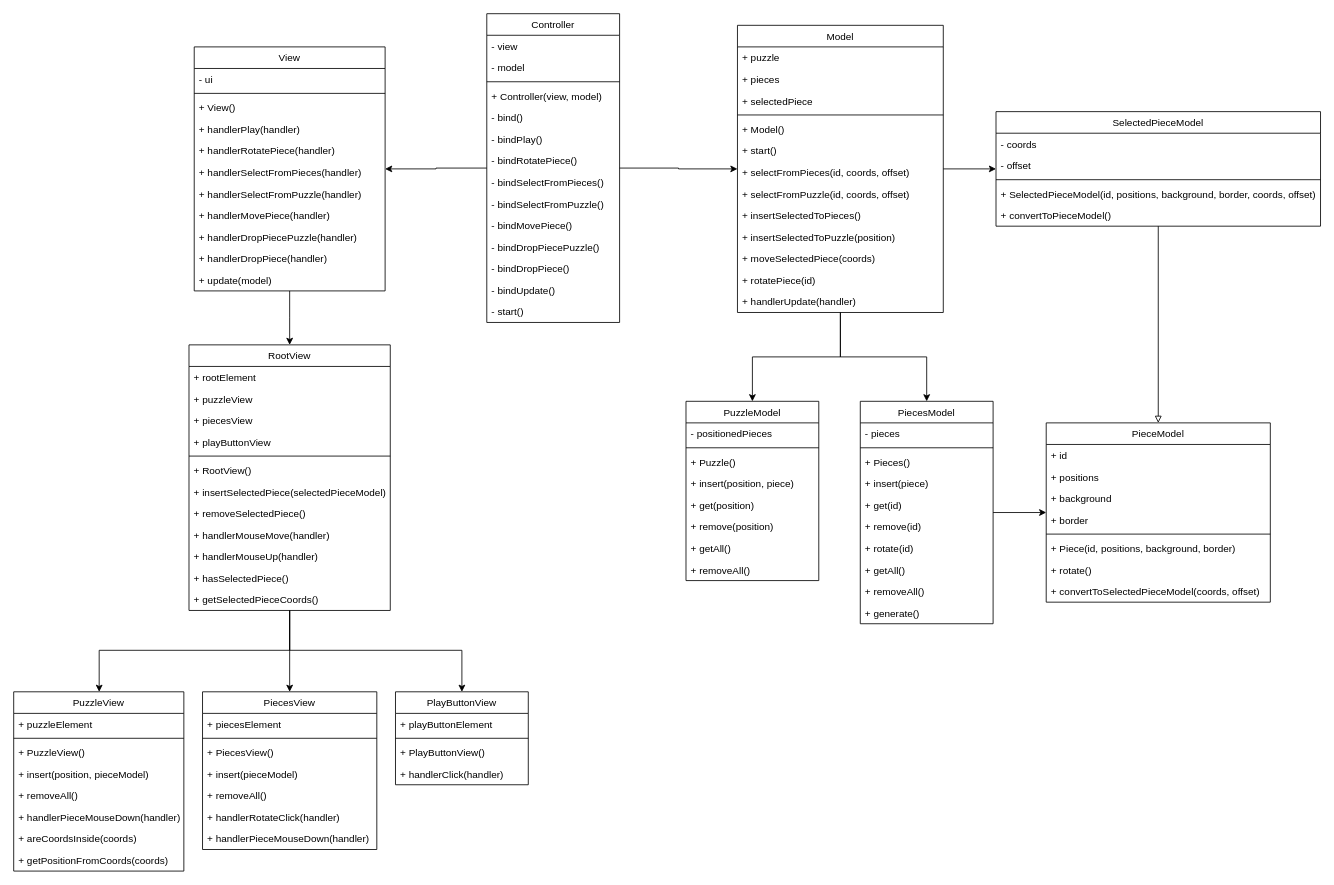
martiserra99/puzzle keeps this draw.io diagram as class-diagram.drawio. Above is the earlier version. Source tidied: cells renumbered, new cells numbered last; positions are measured from the earlier drawing's top-left corner, leaving out a move shared by most shapes. Both pictures are drawn from the tidied source at 83%, with x=0, y=0 at pixel (13, 13).
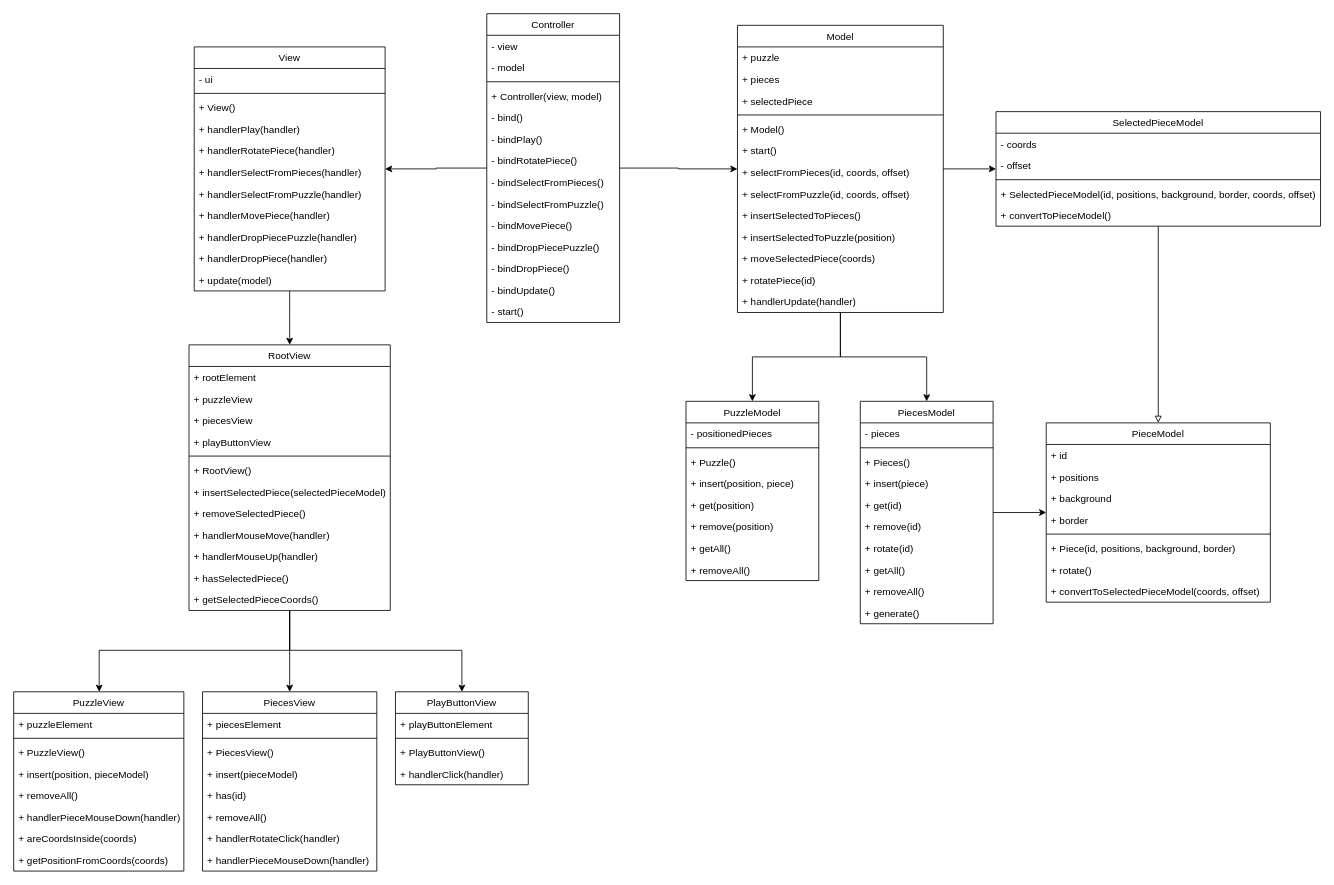
Above is the later version.

Diff of the diagram source:
```diff
@@
     <mxCell id="100" value="PiecesView" style="swimlane;fontStyle=0;align=center;verticalAlign=top;horizontal=1;startSize=26;rounded=0;shadow=0;strokeWidth=1;" parent="1" vertex="1">
-      <mxGeometry x="227.5" y="817" width="210" height="190" as="geometry" />
+      <mxGeometry x="227.5" y="817" width="210" height="216" as="geometry" />
     </mxCell>
@@
+    <mxCell id="124" value="+ insert(pieceModel)" style="text;align=left;verticalAlign=top;spacingLeft=4;spacingRight=4;overflow=hidden;" parent="100" vertex="1">
+      <mxGeometry y="86" width="210" height="26" as="geometry" />
+    </mxCell>
-    <mxCell id="104" value="+ insert(pieceModel)" style="text;align=left;verticalAlign=top;spacingLeft=4;spacingRight=4;overflow=hidden;" parent="100" vertex="1">
-      <mxGeometry y="86" width="210" height="26" as="geometry" />
+    <mxCell id="104" value="+ has(id)" style="text;align=left;verticalAlign=top;spacingLeft=4;spacingRight=4;overflow=hidden;" parent="100" vertex="1">
+      <mxGeometry y="112" width="210" height="26" as="geometry" />
     </mxCell>
     <mxCell id="105" value="+ removeAll()" style="text;align=left;verticalAlign=top;spacingLeft=4;spacingRight=4;overflow=hidden;" parent="100" vertex="1">
-      <mxGeometry y="112" width="210" height="26" as="geometry" />
+      <mxGeometry y="138" width="210" height="26" as="geometry" />
     </mxCell>
     <mxCell id="106" value="+ handlerRotateClick(handler)" style="text;align=left;verticalAlign=top;spacingLeft=4;spacingRight=4;overflow=hidden;" parent="100" vertex="1">
-      <mxGeometry y="138" width="210" height="26" as="geometry" />
+      <mxGeometry y="164" width="210" height="26" as="geometry" />
     </mxCell>
     <mxCell id="107" value="+ handlerPieceMouseDown(handler)" style="text;align=left;verticalAlign=top;spacingLeft=4;spacingRight=4;overflow=hidden;" parent="100" vertex="1">
-      <mxGeometry y="164" width="210" height="26" as="geometry" />
+      <mxGeometry y="190" width="210" height="26" as="geometry" />
     </mxCell>
```
